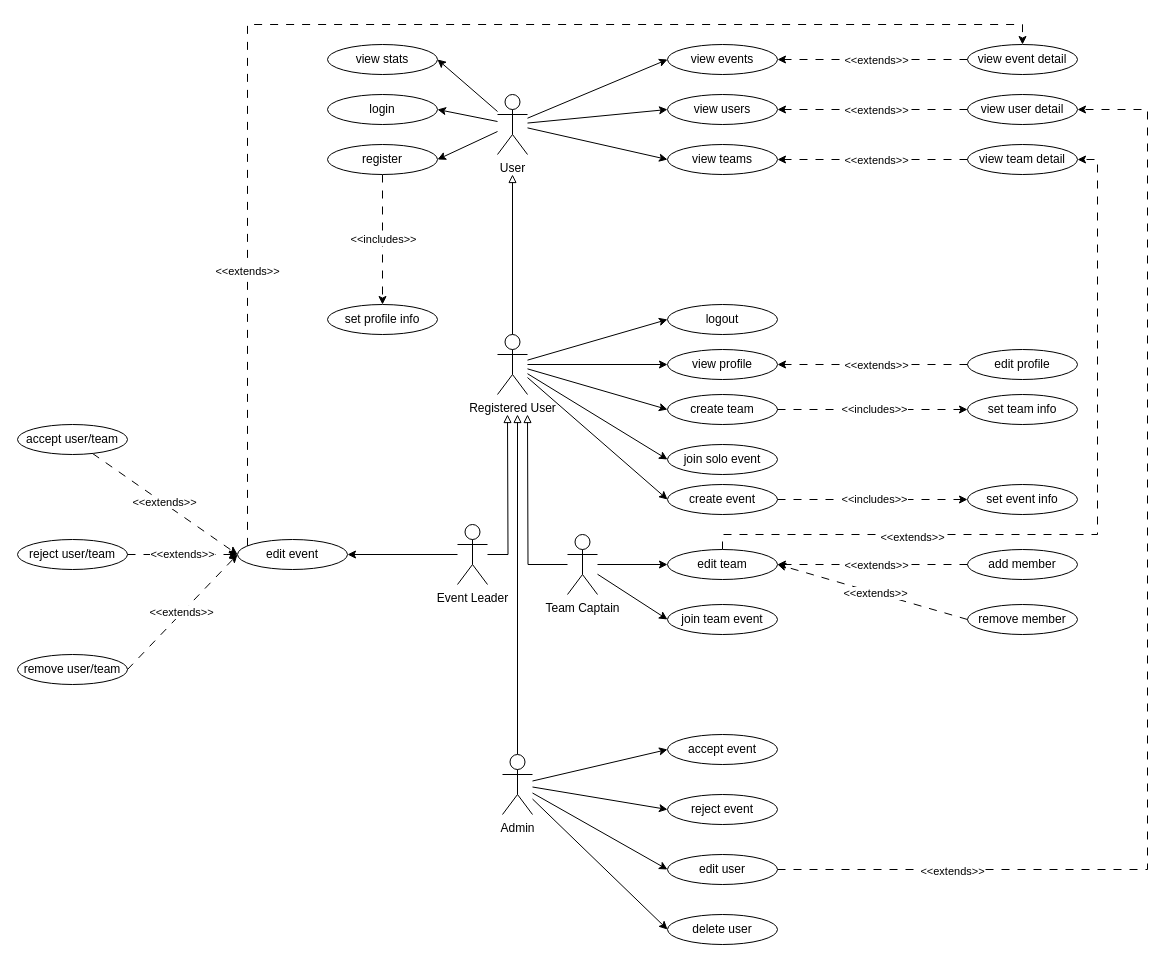
Above: docs/usecase_diagram.drawio in xschons00/IIS_TURNIS_system (draw.io), before the change. Source tidied: cells renumbered, new cells numbered last; positions are measured from the earlier drawing's top-left corner, leaving out a move shared by most shapes. Both pictures are drawn from the tidied source at 100%, with x=0, y=0 at pixel (17, 24).
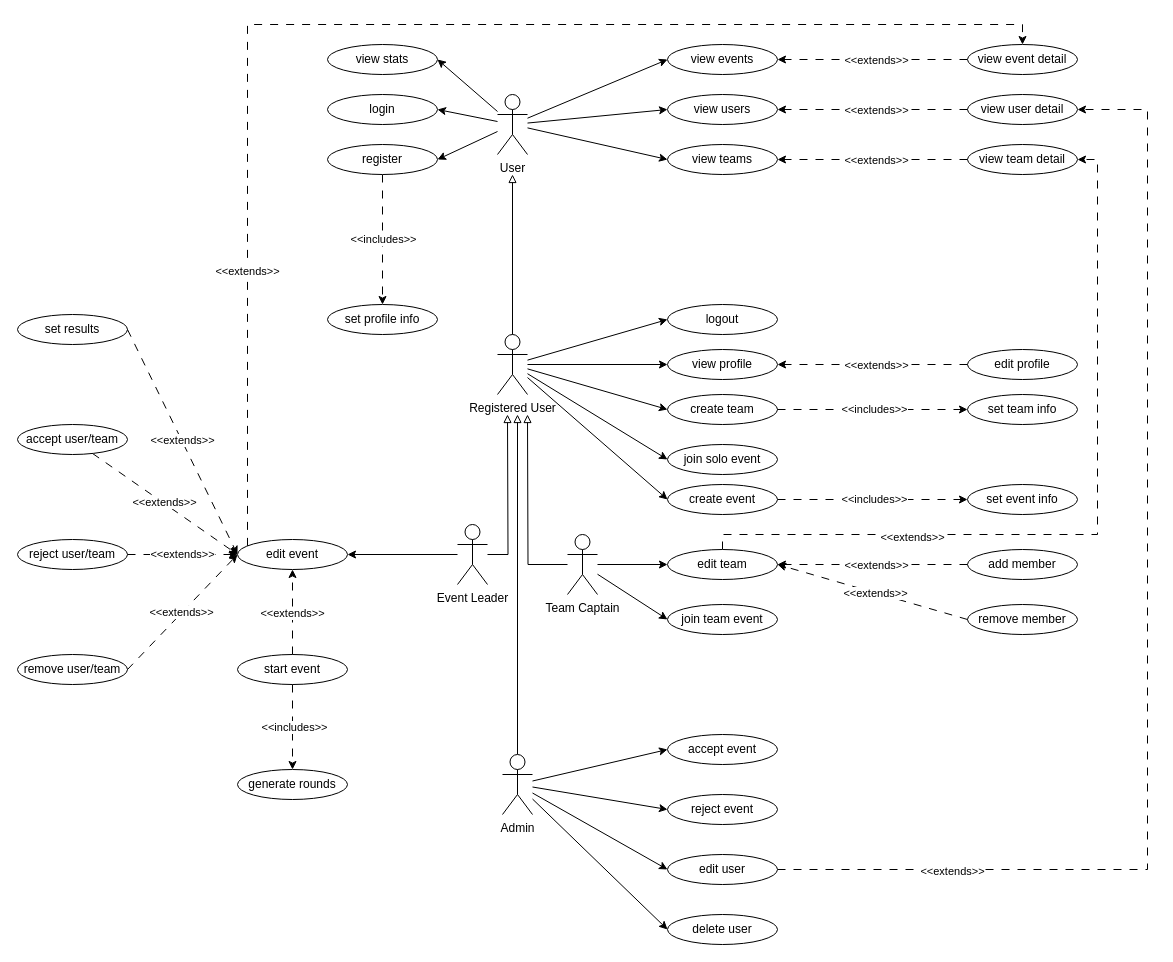
The same page after the edit.

The change refers to these unchanged cells:
```xml
<mxCell id="63" value="edit event" style="ellipse;whiteSpace=wrap;html=1;" parent="1" vertex="1">
  <mxGeometry x="220" y="515" width="110" height="30" as="geometry" />
</mxCell>
```

Change to the diagram source:
```diff
@@
+    <mxCell id="89" value="start event" style="ellipse;whiteSpace=wrap;html=1;" parent="1" vertex="1">
+      <mxGeometry x="220" y="630" width="110" height="30" as="geometry" />
+    </mxCell>
+    <mxCell id="90" style="rounded=0;jettySize=auto;html=1;entryX=0.5;entryY=1;entryDx=0;entryDy=0;dashed=1;dashPattern=8 8;exitX=0.5;exitY=0;exitDx=0;exitDy=0;" parent="1" edge="1" source="89" target="63">
+      <mxGeometry relative="1" as="geometry" />
+    </mxCell>
+    <mxCell id="91" value="&amp;lt;&amp;lt;extends&amp;gt;&amp;gt;" style="edgeLabel;html=1;align=center;verticalAlign=middle;" parent="90" vertex="1">
+      <mxGeometry x="-0.02" y="1" relative="1" as="geometry" />
+    </mxCell>
+    <mxCell id="92" value="generate rounds" style="ellipse;whiteSpace=wrap;html=1;" parent="1" vertex="1">
+      <mxGeometry x="220" y="745" width="110" height="30" as="geometry" />
+    </mxCell>
+    <mxCell id="93" style="rounded=0;jettySize=auto;html=1;entryX=0.5;entryY=0;entryDx=0;entryDy=0;dashed=1;dashPattern=8 8;exitX=0.5;exitY=1;exitDx=0;exitDy=0;" parent="1" edge="1" source="89" target="92">
+      <mxGeometry relative="1" as="geometry" />
+    </mxCell>
+    <mxCell id="94" value="&amp;lt;&amp;lt;includes&amp;gt;&amp;gt;" style="edgeLabel;html=1;align=center;verticalAlign=middle;" parent="93" vertex="1">
+      <mxGeometry x="-0.02" y="1" relative="1" as="geometry" />
+    </mxCell>
+    <mxCell id="95" value="set results" style="ellipse;whiteSpace=wrap;html=1;" parent="1" vertex="1">
+      <mxGeometry y="290" width="110" height="30" as="geometry" />
+    </mxCell>
+    <mxCell id="96" style="rounded=0;jettySize=auto;html=1;entryX=0;entryY=0.5;entryDx=0;entryDy=0;dashed=1;dashPattern=8 8;exitX=1;exitY=0.5;exitDx=0;exitDy=0;" parent="1" edge="1" source="95" target="63">
+      <mxGeometry relative="1" as="geometry" />
+    </mxCell>
+    <mxCell id="97" value="&amp;lt;&amp;lt;extends&amp;gt;&amp;gt;" style="edgeLabel;html=1;align=center;verticalAlign=middle;" parent="96" vertex="1">
+      <mxGeometry x="-0.02" y="1" relative="1" as="geometry" />
+    </mxCell>
```
